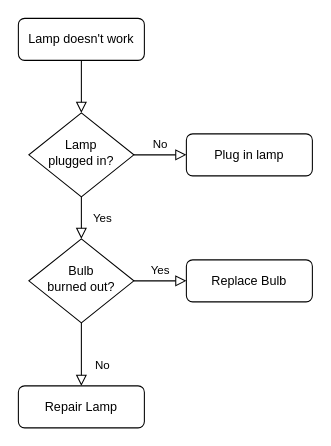
The draw.io diagram CRM-contract.drawio in airbaggrenade/WGU-D284, before the edit. Source tidied: cells renumbered, new cells numbered last; positions are measured from the earlier drawing's top-left corner, leaving out a move shared by most shapes. Both pictures are drawn from the tidied source at 105%, with x=0, y=0 at pixel (18, 18).
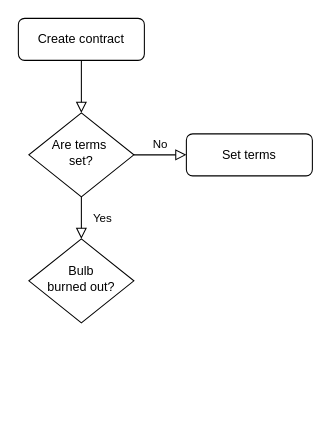
The same diagram, later.

Diff of the diagram source:
```diff
@@
 <mxGraphModel>
   <root>
     <mxCell id="0" />
     <mxCell id="1" parent="0" />
     <mxCell id="2" style="rounded=0;html=1;jettySize=auto;fontSize=11;endArrow=block;endFill=0;endSize=8;strokeWidth=1;shadow=0;labelBackgroundColor=none;edgeStyle=orthogonalEdgeStyle;" parent="1" edge="1" source="3" target="6">
       <mxGeometry relative="1" as="geometry" />
     </mxCell>
-    <mxCell id="3" value="Lamp doesn't work" style="rounded=1;whiteSpace=wrap;html=1;fontSize=12;glass=0;strokeWidth=1;shadow=0;" parent="1" vertex="1">
+    <mxCell id="3" value="Create contract" style="rounded=1;whiteSpace=wrap;html=1;fontSize=12;glass=0;strokeWidth=1;shadow=0;" parent="1" vertex="1">
       <mxGeometry width="120" height="40" as="geometry" />
     </mxCell>
     <mxCell id="4" value="Yes" style="rounded=0;html=1;jettySize=auto;fontSize=11;endArrow=block;endFill=0;endSize=8;strokeWidth=1;shadow=0;labelBackgroundColor=none;edgeStyle=orthogonalEdgeStyle;" parent="1" edge="1" source="6" target="10">
       <mxGeometry y="20" relative="1" as="geometry" />
     </mxCell>
     <mxCell id="5" value="No" style="edgeStyle=orthogonalEdgeStyle;rounded=0;html=1;jettySize=auto;fontSize=11;endArrow=block;endFill=0;endSize=8;strokeWidth=1;shadow=0;labelBackgroundColor=none;" parent="1" edge="1" source="6" target="7">
       <mxGeometry y="10" relative="1" as="geometry" />
     </mxCell>
-    <mxCell id="6" value="Lamp&lt;br&gt;plugged in?" style="rhombus;whiteSpace=wrap;html=1;shadow=0;fontFamily=Helvetica;fontSize=12;align=center;strokeWidth=1;spacing=6;spacingTop=-4;" parent="1" vertex="1">
+    <mxCell id="6" value="&lt;div&gt;Are terms&amp;nbsp;&lt;/div&gt;&lt;div&gt;set?&lt;/div&gt;" style="rhombus;whiteSpace=wrap;html=1;shadow=0;fontFamily=Helvetica;fontSize=12;align=center;strokeWidth=1;spacing=6;spacingTop=-4;" parent="1" vertex="1">
       <mxGeometry x="10" y="90" width="100" height="80" as="geometry" />
     </mxCell>
-    <mxCell id="7" value="Plug in lamp" style="rounded=1;whiteSpace=wrap;html=1;fontSize=12;glass=0;strokeWidth=1;shadow=0;" parent="1" vertex="1">
+    <mxCell id="7" value="Set terms" style="rounded=1;whiteSpace=wrap;html=1;fontSize=12;glass=0;strokeWidth=1;shadow=0;" parent="1" vertex="1">
       <mxGeometry x="160" y="110" width="120" height="40" as="geometry" />
     </mxCell>
-    <mxCell id="8" value="No" style="rounded=0;html=1;jettySize=auto;fontSize=11;endArrow=block;endFill=0;endSize=8;strokeWidth=1;shadow=0;labelBackgroundColor=none;edgeStyle=orthogonalEdgeStyle;" parent="1" edge="1" source="10" target="11">
-      <mxGeometry x="0.33" y="20" relative="1" as="geometry" />
-    </mxCell>
-    <mxCell id="9" value="Yes" style="edgeStyle=orthogonalEdgeStyle;rounded=0;html=1;jettySize=auto;fontSize=11;endArrow=block;endFill=0;endSize=8;strokeWidth=1;shadow=0;labelBackgroundColor=none;" parent="1" edge="1" source="10" target="12">
-      <mxGeometry y="10" relative="1" as="geometry" />
-    </mxCell>
     <mxCell id="10" value="Bulb&lt;br&gt;burned out?" style="rhombus;whiteSpace=wrap;html=1;shadow=0;fontFamily=Helvetica;fontSize=12;align=center;strokeWidth=1;spacing=6;spacingTop=-4;" parent="1" vertex="1">
       <mxGeometry x="10" y="210" width="100" height="80" as="geometry" />
     </mxCell>
-    <mxCell id="11" value="Repair Lamp" style="rounded=1;whiteSpace=wrap;html=1;fontSize=12;glass=0;strokeWidth=1;shadow=0;" parent="1" vertex="1">
-      <mxGeometry y="350" width="120" height="40" as="geometry" />
-    </mxCell>
-    <mxCell id="12" value="Replace Bulb" style="rounded=1;whiteSpace=wrap;html=1;fontSize=12;glass=0;strokeWidth=1;shadow=0;" parent="1" vertex="1">
-      <mxGeometry x="160" y="230" width="120" height="40" as="geometry" />
-    </mxCell>
   </root>
 </mxGraphModel>
```
